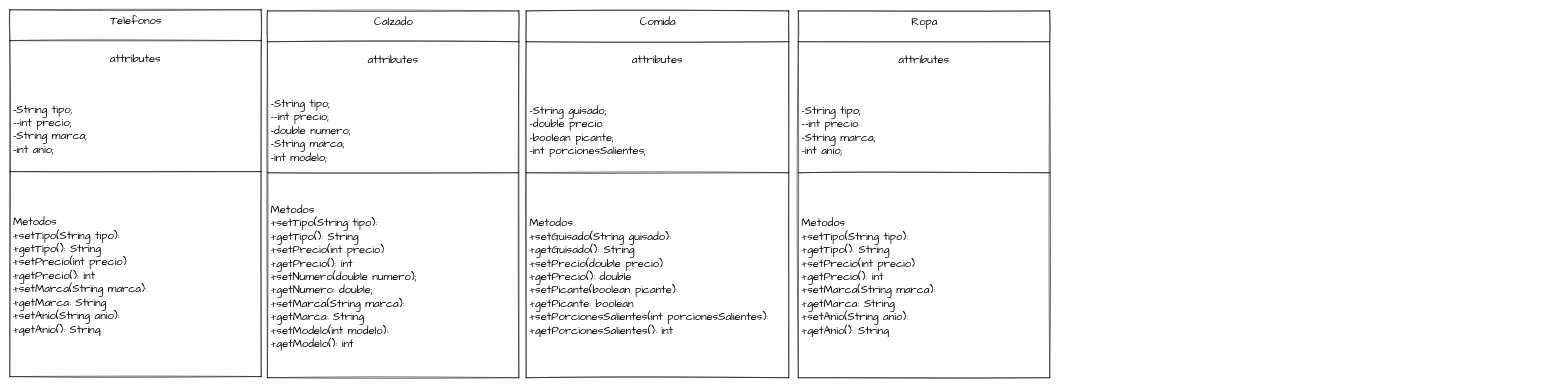
Above: Untitled Diagram.drawio in alan-carrasco/Pr-ctica (draw.io), before the change. Source tidied: cells renumbered, new cells numbered last; positions are measured from the earlier drawing's top-left corner, leaving out a move shared by most shapes. Both pictures are drawn from the tidied source at 56%, with x=0, y=0 at pixel (10, 10).
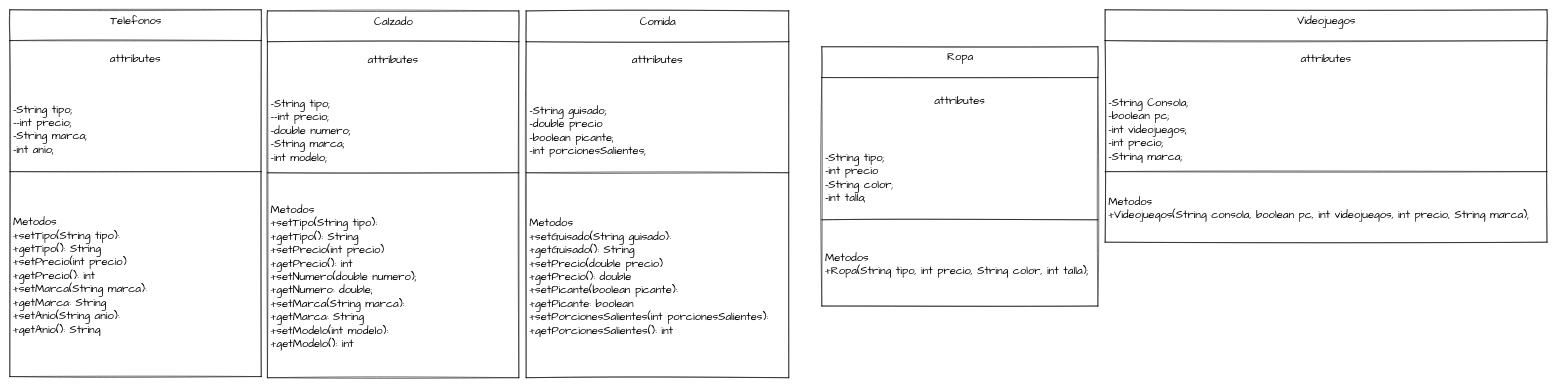
After the change.

What changed in the source:
```diff
@@
-    <mxCell id="17" value="Ropa" style="swimlane;fontStyle=0;align=center;verticalAlign=top;horizontal=1;startSize=55;html=1;sketch=1;hachureGap=4;fontFamily=Architects Daughter;fontSize=20;" parent="1" vertex="1">
-      <mxGeometry x="1408" y="2" width="449" height="655" as="geometry" />
+    <mxCell id="17" value="Ropa" style="swimlane;fontStyle=0;align=center;verticalAlign=top;horizontal=1;startSize=55;html=1;sketch=1;hachureGap=4;fontFamily=Comic Sans MS;fontSize=20;" parent="1" vertex="1">
+      <mxGeometry x="1450" y="66" width="493" height="463" as="geometry" />
     </mxCell>
-    <mxCell id="18" value="attributes" style="text;html=1;strokeColor=none;fillColor=none;align=center;verticalAlign=middle;spacingLeft=4;spacingRight=4;overflow=hidden;sketch=1;hachureGap=4;fontFamily=Architects Daughter;fontSize=20;" parent="17" vertex="1">
-      <mxGeometry y="55" width="449" height="62" as="geometry" />
+    <mxCell id="18" value="attributes" style="text;html=1;strokeColor=none;fillColor=none;align=center;verticalAlign=middle;spacingLeft=4;spacingRight=4;overflow=hidden;sketch=1;hachureGap=4;fontFamily=Comic Sans MS;fontSize=20;" parent="17" vertex="1">
+      <mxGeometry y="55" width="493" height="82" as="geometry" />
     </mxCell>
-    <mxCell id="19" value="&lt;div&gt;&lt;br&gt;&lt;/div&gt;&lt;div&gt;-String tipo;&lt;/div&gt;&lt;div&gt;--int precio&lt;/div&gt;&lt;div&gt;-String marca;&lt;/div&gt;&lt;div&gt;-int anio;&lt;br&gt;&lt;/div&gt;" style="text;html=1;strokeColor=none;fillColor=none;align=left;verticalAlign=middle;spacingLeft=4;spacingRight=4;overflow=hidden;sketch=1;hachureGap=4;fontFamily=Comic Sans MS;fontSize=20;" parent="17" vertex="1">
-      <mxGeometry y="117" width="449" height="168" as="geometry" />
+    <mxCell id="19" value="&lt;div&gt;&lt;br&gt;&lt;/div&gt;&lt;div&gt;-String tipo;&lt;/div&gt;&lt;div&gt;-int precio&lt;/div&gt;&lt;div&gt;-String color;&lt;/div&gt;&lt;div&gt;-int talla;&lt;br&gt;&lt;/div&gt;" style="text;html=1;strokeColor=none;fillColor=none;align=left;verticalAlign=middle;spacingLeft=4;spacingRight=4;overflow=hidden;sketch=1;hachureGap=4;fontFamily=Comic Sans MS;fontSize=20;" parent="17" vertex="1">
+      <mxGeometry y="137" width="493" height="168" as="geometry" />
     </mxCell>
     <mxCell id="20" style="line;strokeWidth=1;fillColor=none;align=left;verticalAlign=middle;spacingTop=-1;spacingLeft=3;spacingRight=3;labelPosition=right;sketch=1;hachureGap=4;fontFamily=Architects Daughter;fontSize=20;" parent="17" vertex="1">
-      <mxGeometry y="285" width="449" height="8" as="geometry" />
+      <mxGeometry y="305" width="493" height="8" as="geometry" />
     </mxCell>
-    <mxCell id="21" value="&lt;div&gt;Metodos&lt;/div&gt;&lt;div&gt;+setTipo(String tipo):&lt;br&gt;&lt;/div&gt;&lt;div&gt;+getTipo(): String&lt;/div&gt;&lt;div&gt;+setPrecio(int precio)&lt;/div&gt;&lt;div&gt;+getPrecio(): int&lt;/div&gt;&lt;div&gt;+setMarca(String marca):&lt;/div&gt;&lt;div&gt;+getMarca: String&lt;/div&gt;&lt;div&gt;+setAnio(String anio):&lt;/div&gt;&lt;div&gt;+getAnio(): String&lt;/div&gt;" style="text;html=1;strokeColor=none;fillColor=none;align=left;verticalAlign=middle;spacingLeft=4;spacingRight=4;overflow=hidden;sketch=1;hachureGap=4;fontFamily=Comic Sans MS;fontSize=20;" parent="17" vertex="1">
-      <mxGeometry y="293" width="449" height="362" as="geometry" />
+    <mxCell id="21" value="&lt;div&gt;Metodos&lt;/div&gt;+Ropa(String tipo, int precio, String color, int talla);" style="text;html=1;strokeColor=none;fillColor=none;align=left;verticalAlign=middle;spacingLeft=4;spacingRight=4;overflow=hidden;sketch=1;hachureGap=4;fontFamily=Comic Sans MS;fontSize=20;" parent="17" vertex="1">
+      <mxGeometry y="313" width="493" height="150" as="geometry" />
     </mxCell>
+    <mxCell id="22" value="Videojuegos" style="swimlane;fontStyle=0;align=center;verticalAlign=top;horizontal=1;startSize=55;html=1;sketch=1;hachureGap=4;fontFamily=Architects Daughter;fontSize=20;" parent="1" vertex="1">
+      <mxGeometry x="1956" width="789" height="415" as="geometry" />
+    </mxCell>
+    <mxCell id="23" value="attributes" style="text;html=1;strokeColor=none;fillColor=none;align=center;verticalAlign=middle;spacingLeft=4;spacingRight=4;overflow=hidden;sketch=1;hachureGap=4;fontFamily=Architects Daughter;fontSize=20;" parent="22" vertex="1">
+      <mxGeometry y="55" width="789" height="62" as="geometry" />
+    </mxCell>
+    <mxCell id="24" value="&lt;div&gt;&lt;br&gt;&lt;/div&gt;&lt;div&gt;-String Consola;&lt;/div&gt;&lt;div&gt;-boolean pc;&lt;/div&gt;&lt;div&gt;-int videojuegos;&lt;/div&gt;&lt;div&gt;-int precio;&lt;/div&gt;&lt;div&gt;-String marca;&lt;br&gt;&lt;/div&gt;" style="text;html=1;strokeColor=none;fillColor=none;align=left;verticalAlign=middle;spacingLeft=4;spacingRight=4;overflow=hidden;sketch=1;hachureGap=4;fontFamily=Comic Sans MS;fontSize=20;" parent="22" vertex="1">
+      <mxGeometry y="117" width="789" height="168" as="geometry" />
+    </mxCell>
+    <mxCell id="25" style="line;strokeWidth=1;fillColor=none;align=left;verticalAlign=middle;spacingTop=-1;spacingLeft=3;spacingRight=3;labelPosition=right;sketch=1;hachureGap=4;fontFamily=Architects Daughter;fontSize=20;" parent="22" vertex="1">
+      <mxGeometry y="285" width="789" height="8" as="geometry" />
+    </mxCell>
+    <mxCell id="26" value="&lt;div&gt;Metodos&lt;/div&gt;+Videojuegos(String consola, boolean pc, int videojuegos, int precio, String marca);" style="text;html=1;strokeColor=none;fillColor=none;align=left;verticalAlign=middle;spacingLeft=4;spacingRight=4;overflow=hidden;sketch=1;hachureGap=4;fontFamily=Comic Sans MS;fontSize=20;" parent="22" vertex="1">
+      <mxGeometry y="293" width="789" height="122" as="geometry" />
+    </mxCell>
```
